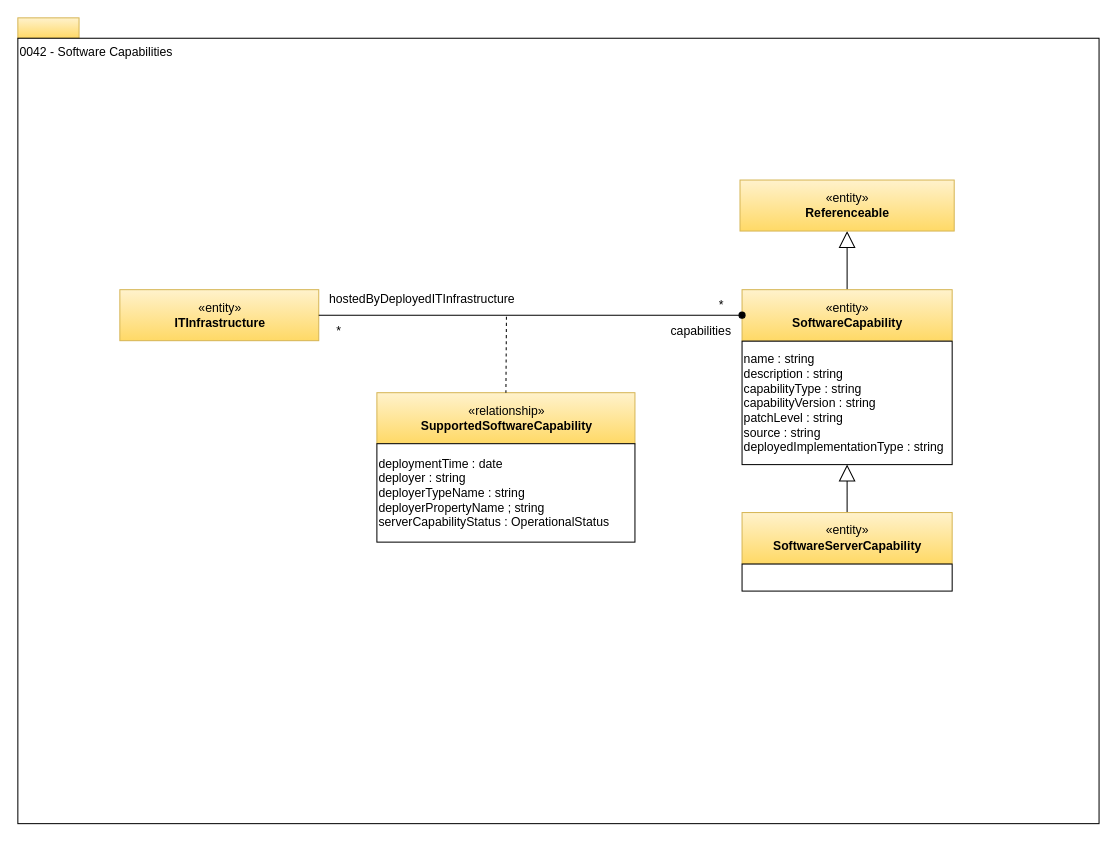
Above: page "0042-Software-Capabilities" (25 of 32) of site/docs/types/0/area-0-basic-types-and-infrastructure.drawio in odpi/egeria-docs (draw.io), before the change. Source tidied: cells renumbered, new cells numbered last; positions are measured from the earlier drawing's top-left corner, leaving out a move shared by most shapes. Both pictures are drawn from the tidied source at 102%, with x=0, y=0 at pixel (17, 17).
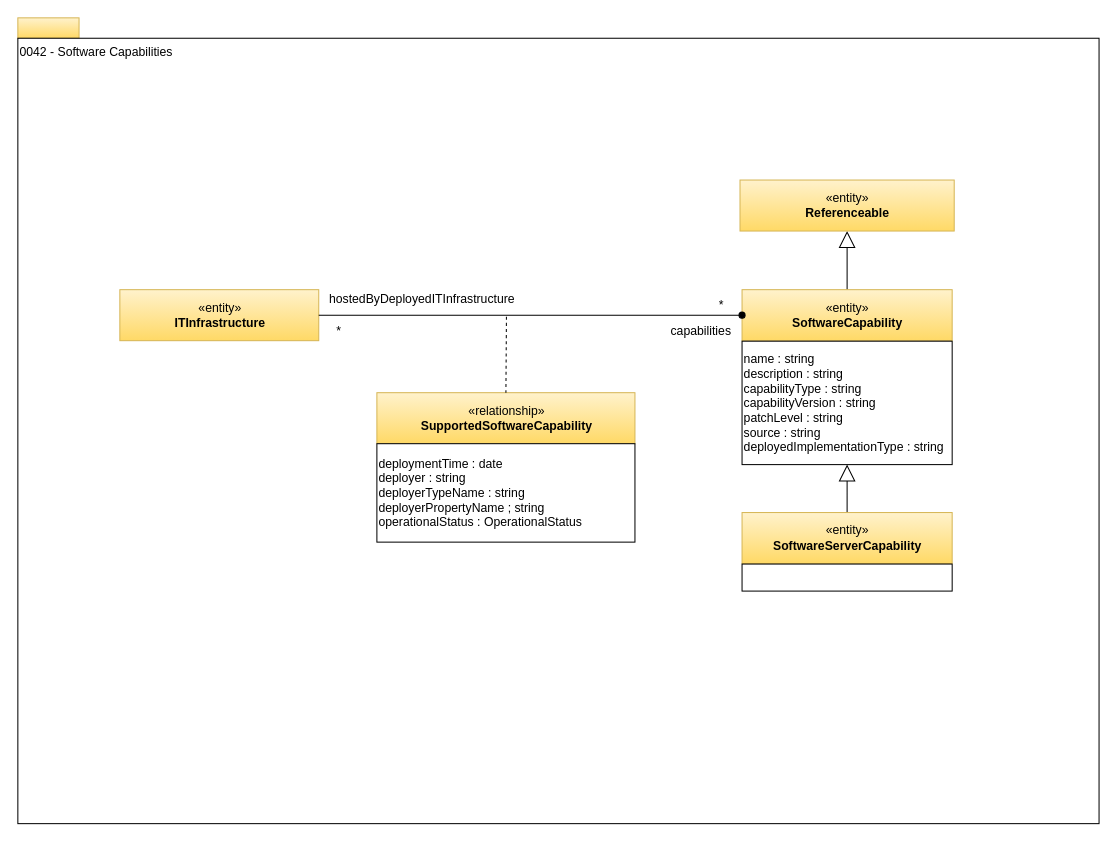
The same page after the edit.

The edit, as a diff of the source:
```diff
@@
-    <mxCell id="14" value="deploymentTime : date&lt;br&gt;deployer : string&lt;br&gt;deployerTypeName : string&lt;br&gt;deployerPropertyName ; string&lt;br&gt;serverCapabilityStatus : OperationalStatus" style="rounded=0;whiteSpace=wrap;html=1;strokeColor=#000000;gradientColor=#ffffff;align=left;" parent="1" vertex="1">
+    <mxCell id="14" value="deploymentTime : date&lt;br&gt;deployer : string&lt;br&gt;deployerTypeName : string&lt;br&gt;deployerPropertyName ; string&lt;br&gt;operationalStatus : OperationalStatus" style="rounded=0;whiteSpace=wrap;html=1;strokeColor=#000000;gradientColor=#ffffff;align=left;" parent="1" vertex="1">
       <mxGeometry x="352" y="417.5" width="253" height="96.5" as="geometry" />
     </mxCell>
```
